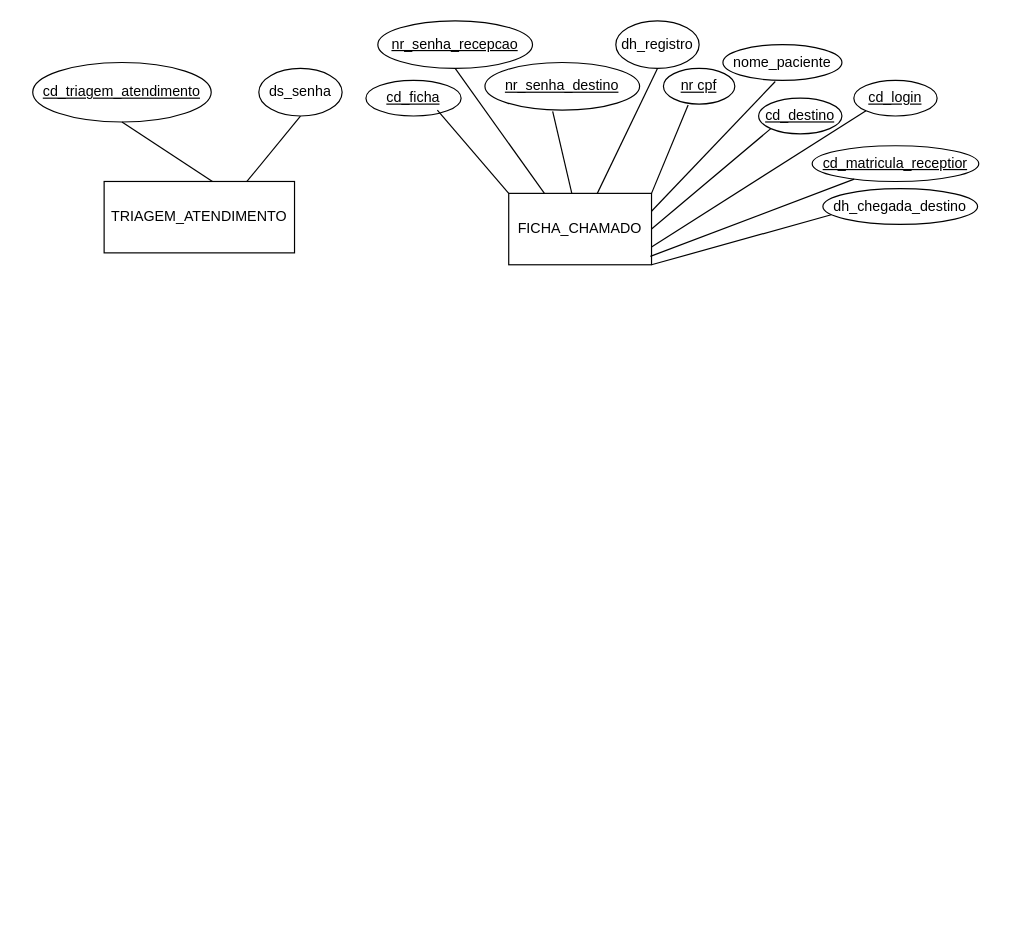
Before: der sgmp.drawio in marcos-renato/MODELOS-DRAWIO, a draw.io diagram. Source tidied: cells renumbered, new cells numbered last; positions are measured from the earlier drawing's top-left corner, leaving out a move shared by most shapes. Both pictures are drawn from the tidied source at 119%, with x=0, y=0 at pixel (32, 20).
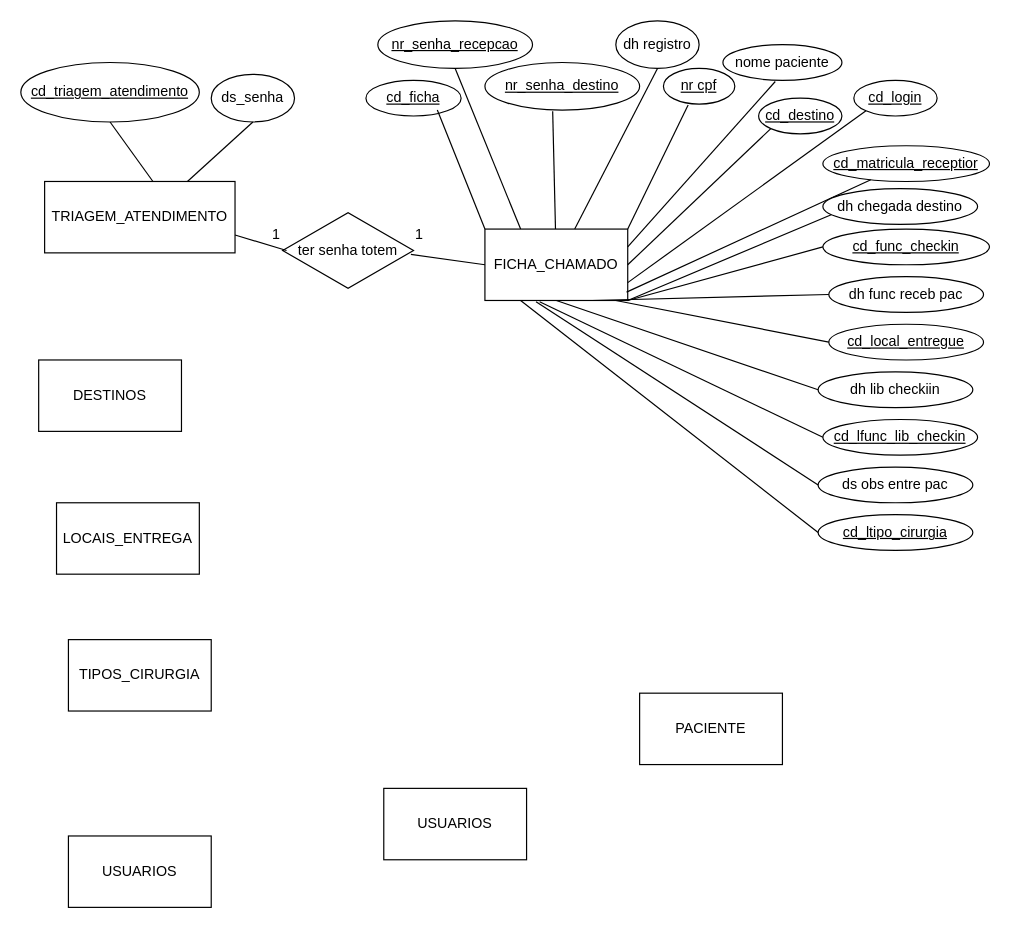
The same diagram, later.

What changed in the source:
```diff
@@
     <mxCell id="2" value="TRIAGEM_ATENDIMENTO" style="rounded=0;whiteSpace=wrap;html=1;" parent="1" vertex="1">
-      <mxGeometry x="60" y="135" width="160" height="60" as="geometry" />
+      <mxGeometry x="10" y="135" width="160" height="60" as="geometry" />
     </mxCell>
     <mxCell id="3" value="&lt;u&gt;cd_triagem_atendimento&lt;/u&gt;" style="ellipse;whiteSpace=wrap;html=1;" parent="1" vertex="1">
-      <mxGeometry y="35" width="150" height="50" as="geometry" />
+      <mxGeometry x="-10" y="35" width="150" height="50" as="geometry" />
     </mxCell>
     <mxCell id="4" value="ds_senha" style="ellipse;whiteSpace=wrap;html=1;" parent="1" vertex="1">
-      <mxGeometry x="190" y="40" width="70" height="40" as="geometry" />
+      <mxGeometry x="150" y="45" width="70" height="40" as="geometry" />
     </mxCell>
@@
     <mxCell id="7" value="FICHA_CHAMADO" style="rounded=0;whiteSpace=wrap;html=1;" parent="1" vertex="1">
-      <mxGeometry x="400" y="145" width="120" height="60" as="geometry" />
+      <mxGeometry x="380" y="175" width="120" height="60" as="geometry" />
     </mxCell>
@@
-    <mxCell id="14" value="dh_registro" style="ellipse;whiteSpace=wrap;html=1;" parent="1" vertex="1">
+    <mxCell id="14" value="dh registro" style="ellipse;whiteSpace=wrap;html=1;" parent="1" vertex="1">
       <mxGeometry x="490" width="70" height="40" as="geometry" />
     </mxCell>
@@
-    <mxCell id="18" value="nome_paciente" style="ellipse;whiteSpace=wrap;html=1;" parent="1" vertex="1">
+    <mxCell id="18" value="nome paciente" style="ellipse;whiteSpace=wrap;html=1;" parent="1" vertex="1">
       <mxGeometry x="580" y="20" width="100" height="30" as="geometry" />
     </mxCell>
@@
     <mxCell id="24" value="&lt;u&gt;cd_matricula_receptior&lt;/u&gt;" style="ellipse;whiteSpace=wrap;html=1;" parent="1" vertex="1">
-      <mxGeometry x="655" y="105" width="140" height="30" as="geometry" />
+      <mxGeometry x="664" y="105" width="140" height="30" as="geometry" />
     </mxCell>
@@
-    <mxCell id="26" value="dh_chegada_destino" style="ellipse;whiteSpace=wrap;html=1;" parent="1" vertex="1">
+    <mxCell id="26" value="dh chegada destino" style="ellipse;whiteSpace=wrap;html=1;" parent="1" vertex="1">
       <mxGeometry x="664" y="141" width="130" height="30" as="geometry" />
     </mxCell>
@@
+    <mxCell id="28" value="&lt;u&gt;cd_func_checkin&lt;/u&gt;" style="ellipse;whiteSpace=wrap;html=1;" parent="1" vertex="1">
+      <mxGeometry x="664" y="175" width="140" height="30" as="geometry" />
+    </mxCell>
+    <mxCell id="29" style="endArrow=none;html=1;rounded=0;exitX=1;exitY=1;exitDx=0;exitDy=0;entryX=0;entryY=0.5;entryDx=0;entryDy=0;" parent="1" edge="1" source="7" target="28">
+      <mxGeometry relative="1" as="geometry" />
+    </mxCell>
+    <mxCell id="30" value="dh func receb pac" style="ellipse;whiteSpace=wrap;html=1;" parent="1" vertex="1">
+      <mxGeometry x="669" y="215" width="130" height="30" as="geometry" />
+    </mxCell>
+    <mxCell id="31" style="endArrow=none;html=1;rounded=0;exitX=0.75;exitY=1;exitDx=0;exitDy=0;entryX=0;entryY=0.5;entryDx=0;entryDy=0;" parent="1" edge="1" source="7" target="30">
+      <mxGeometry relative="1" as="geometry" />
+    </mxCell>
+    <mxCell id="32" value="&lt;u&gt;cd_local_entregue&lt;/u&gt;" style="ellipse;whiteSpace=wrap;html=1;" parent="1" vertex="1">
+      <mxGeometry x="669" y="255" width="130" height="30" as="geometry" />
+    </mxCell>
+    <mxCell id="33" style="endArrow=none;html=1;rounded=0;entryX=0;entryY=0.5;entryDx=0;entryDy=0;" parent="1" edge="1" target="32">
+      <mxGeometry relative="1" as="geometry">
+        <mxPoint x="490" y="235" as="sourcePoint" />
+      </mxGeometry>
+    </mxCell>
+    <mxCell id="34" value="dh lib checkiin" style="ellipse;whiteSpace=wrap;html=1;" parent="1" vertex="1">
+      <mxGeometry x="660" y="295" width="130" height="30" as="geometry" />
+    </mxCell>
+    <mxCell id="35" style="endArrow=none;html=1;rounded=0;exitX=0.5;exitY=1;exitDx=0;exitDy=0;entryX=0;entryY=0.5;entryDx=0;entryDy=0;" parent="1" edge="1" source="7" target="34">
+      <mxGeometry relative="1" as="geometry" />
+    </mxCell>
+    <mxCell id="36" value="&lt;u&gt;cd_lfunc_lib_checkin&lt;/u&gt;" style="ellipse;whiteSpace=wrap;html=1;" parent="1" vertex="1">
+      <mxGeometry x="664" y="335" width="130" height="30" as="geometry" />
+    </mxCell>
+    <mxCell id="37" style="endArrow=none;html=1;rounded=0;exitX=0.383;exitY=1.017;exitDx=0;exitDy=0;exitPerimeter=0;entryX=0;entryY=0.5;entryDx=0;entryDy=0;" parent="1" edge="1" source="7" target="36">
+      <mxGeometry relative="1" as="geometry" />
+    </mxCell>
+    <mxCell id="38" value="ds obs entre pac" style="ellipse;whiteSpace=wrap;html=1;" parent="1" vertex="1">
+      <mxGeometry x="660" y="375" width="130" height="30" as="geometry" />
+    </mxCell>
+    <mxCell id="39" style="endArrow=none;html=1;rounded=0;entryX=0.358;entryY=1.017;entryDx=0;entryDy=0;entryPerimeter=0;exitX=0;exitY=0.5;exitDx=0;exitDy=0;" parent="1" edge="1" source="38" target="7">
+      <mxGeometry relative="1" as="geometry" />
+    </mxCell>
+    <mxCell id="40" value="&lt;u&gt;cd_ltipo_cirurgia&lt;/u&gt;" style="ellipse;whiteSpace=wrap;html=1;" parent="1" vertex="1">
+      <mxGeometry x="660" y="415" width="130" height="30" as="geometry" />
+    </mxCell>
+    <mxCell id="41" style="endArrow=none;html=1;rounded=0;entryX=0.25;entryY=1;entryDx=0;entryDy=0;exitX=0;exitY=0.5;exitDx=0;exitDy=0;" parent="1" edge="1" source="40" target="7">
+      <mxGeometry relative="1" as="geometry" />
+    </mxCell>
+    <mxCell id="42" value="ter senha totem" style="html=1;whiteSpace=wrap;shape=isoRectangle;" parent="1" vertex="1">
+      <mxGeometry x="210" y="160" width="110" height="66" as="geometry" />
+    </mxCell>
+    <mxCell id="43" style="endArrow=none;html=1;rounded=0;entryX=1;entryY=0.75;entryDx=0;entryDy=0;exitX=0.03;exitY=0.5;exitDx=0;exitDy=0;exitPerimeter=0;" parent="1" edge="1" source="42" target="2">
+      <mxGeometry relative="1" as="geometry" />
+    </mxCell>
+    <mxCell id="44" style="endArrow=none;html=1;rounded=0;entryX=0.98;entryY=0.55;entryDx=0;entryDy=0;entryPerimeter=0;exitX=0;exitY=0.5;exitDx=0;exitDy=0;" parent="1" edge="1" source="7" target="42">
+      <mxGeometry relative="1" as="geometry" />
+    </mxCell>
+    <mxCell id="45" value="1" style="text;html=1;strokeColor=none;fillColor=none;align=center;verticalAlign=middle;whiteSpace=wrap;rounded=0;" parent="1" vertex="1">
+      <mxGeometry x="190" y="170" width="30" height="20" as="geometry" />
+    </mxCell>
+    <mxCell id="46" value="1" style="text;html=1;strokeColor=none;fillColor=none;align=center;verticalAlign=middle;whiteSpace=wrap;rounded=0;" parent="1" vertex="1">
+      <mxGeometry x="310" y="170" width="30" height="20" as="geometry" />
+    </mxCell>
+    <mxCell id="47" value="DESTINOS" style="rounded=0;whiteSpace=wrap;html=1;" parent="1" vertex="1">
+      <mxGeometry x="5" y="285" width="120" height="60" as="geometry" />
+    </mxCell>
+    <mxCell id="48" value="LOCAIS_ENTREGA" style="rounded=0;whiteSpace=wrap;html=1;" parent="1" vertex="1">
+      <mxGeometry x="20" y="405" width="120" height="60" as="geometry" />
+    </mxCell>
+    <mxCell id="49" value="TIPOS_CIRURGIA" style="rounded=0;whiteSpace=wrap;html=1;" parent="1" vertex="1">
+      <mxGeometry x="30" y="520" width="120" height="60" as="geometry" />
+    </mxCell>
+    <mxCell id="50" value="USUARIOS" style="rounded=0;whiteSpace=wrap;html=1;" parent="1" vertex="1">
+      <mxGeometry x="30" y="685" width="120" height="60" as="geometry" />
+    </mxCell>
+    <mxCell id="51" value="USUARIOS" style="rounded=0;whiteSpace=wrap;html=1;" parent="1" vertex="1">
+      <mxGeometry x="295" y="645" width="120" height="60" as="geometry" />
+    </mxCell>
+    <mxCell id="52" value="PACIENTE" style="rounded=0;whiteSpace=wrap;html=1;" parent="1" vertex="1">
+      <mxGeometry x="510" y="565" width="120" height="60" as="geometry" />
+    </mxCell>
```
